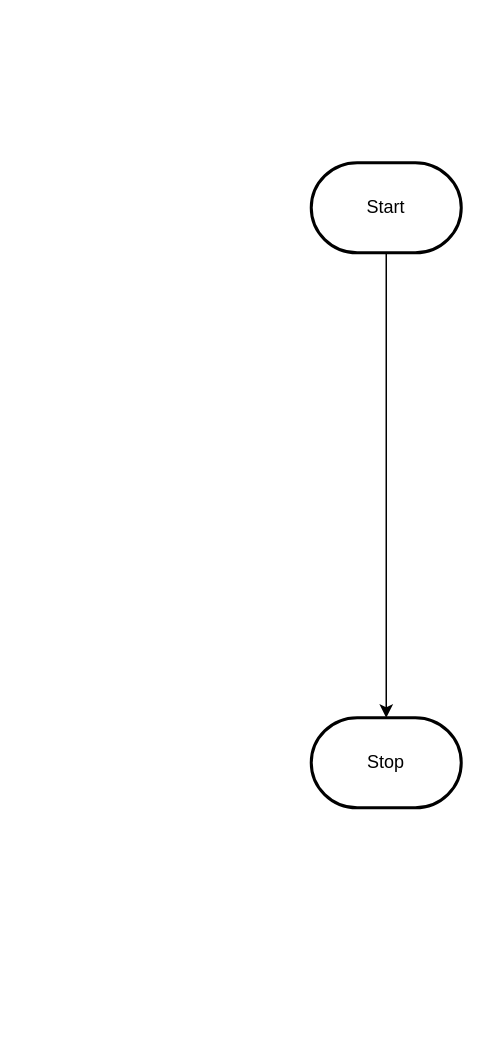
This is design/flowchart.drawio from Fares-Abdelkader/ICS2O-Final-Project-Group15, a draw.io file, before an edit. Source tidied: cells renumbered, new cells numbered last; positions are measured from the earlier drawing's top-left corner, leaving out a move shared by most shapes. Both pictures are drawn from the tidied source at 150%, with x=0, y=0 at pixel (310, 162).
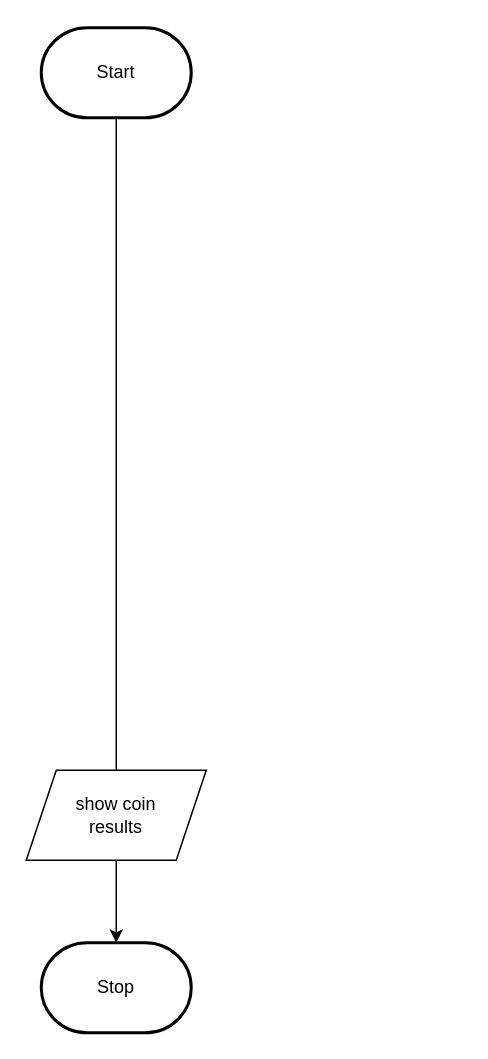
The same diagram, later.

Diff of the diagram source:
```diff
@@
 <mxGraphModel>
   <root>
     <mxCell id="0" />
     <mxCell id="1" parent="0" />
-    <mxCell id="2" style="edgeStyle=orthogonalEdgeStyle;html=1;rounded=0;" parent="1" edge="1" source="3" target="4">
+    <mxCell id="2" style="edgeStyle=orthogonalEdgeStyle;html=1;rounded=0;startArrow=none;" parent="1" edge="1" source="6" target="4">
       <mxGeometry relative="1" as="geometry" />
     </mxCell>
+    <mxCell id="5" style="edgeStyle=orthogonalEdgeStyle;html=1;endArrow=none;endFill=0;rounded=0;" parent="1" edge="1" source="3" target="6">
+      <mxGeometry relative="1" as="geometry" />
+    </mxCell>
     <mxCell id="3" value="Start" style="strokeWidth=2;html=1;shape=mxgraph.flowchart.terminator;whiteSpace=wrap;" parent="1" vertex="1">
-      <mxGeometry width="100" height="60" as="geometry" />
+      <mxGeometry x="-180" y="-90" width="100" height="60" as="geometry" />
     </mxCell>
     <mxCell id="4" value="Stop" style="strokeWidth=2;html=1;shape=mxgraph.flowchart.terminator;whiteSpace=wrap;" parent="1" vertex="1">
-      <mxGeometry y="370" width="100" height="60" as="geometry" />
+      <mxGeometry x="-180" y="520" width="100" height="60" as="geometry" />
     </mxCell>
+    <mxCell id="6" value="show coin&lt;br&gt;results" style="shape=parallelogram;perimeter=parallelogramPerimeter;whiteSpace=wrap;html=1;fixedSize=1;" parent="1" vertex="1">
+      <mxGeometry x="-190" y="405" width="120" height="60" as="geometry" />
+    </mxCell>
   </root>
 </mxGraphModel>
```
